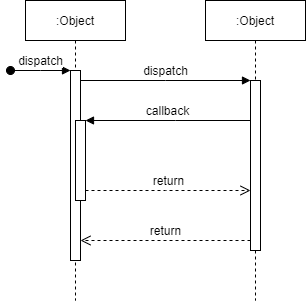
This is 市认证登录时序图.png from lsdu0/drawio, a draw.io export, as it was before one commit. Source tidied: cells renumbered, new cells last; positions are measured from the earlier drawing's top-left corner, leaving out a move shared by most shapes.
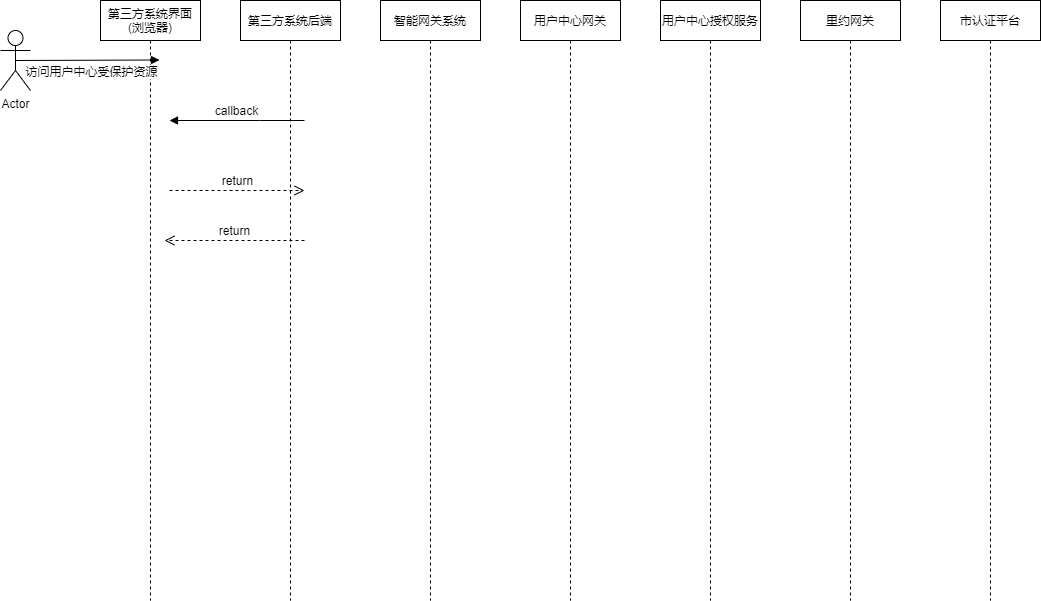
Later version of the same file.

Commit message:
Update 市认证登录时序图.png

Diff of the diagram source:
```diff
@@ -2,53 +2,65 @@
   <root>
     <mxCell id="0" />
     <mxCell id="1" parent="0" />
-    <mxCell id="2" value=":Object" style="shape=umlLifeline;perimeter=lifelinePerimeter;whiteSpace=wrap;html=1;newEdgeStyle={&quot;edgeStyle&quot;:&quot;elbowEdgeStyle&quot;,&quot;elbow&quot;:&quot;vertical&quot;,&quot;curved&quot;:0,&quot;rounded&quot;:0};" parent="1" vertex="1">
-      <mxGeometry x="15" width="100" height="300" as="geometry" />
+    <mxCell id="2" value="第三方系统界面(浏览器)" style="shape=umlLifeline;perimeter=lifelinePerimeter;whiteSpace=wrap;html=1;newEdgeStyle={&quot;edgeStyle&quot;:&quot;elbowEdgeStyle&quot;,&quot;elbow&quot;:&quot;vertical&quot;,&quot;curved&quot;:0,&quot;rounded&quot;:0};" parent="1" vertex="1">
+      <mxGeometry x="-125" width="100" height="600" as="geometry" />
     </mxCell>
-    <mxCell id="3" style="html=1;points=[];perimeter=orthogonalPerimeter;outlineConnect=0;targetShapes=umlLifeline;portConstraint=eastwest;newEdgeStyle={&quot;edgeStyle&quot;:&quot;elbowEdgeStyle&quot;,&quot;elbow&quot;:&quot;vertical&quot;,&quot;curved&quot;:0,&quot;rounded&quot;:0};" parent="2" vertex="1">
-      <mxGeometry x="45" y="70" width="10" height="190" as="geometry" />
-    </mxCell>
-    <mxCell id="4" value="dispatch" style="html=1;verticalAlign=bottom;startArrow=oval;endArrow=block;startSize=8;edgeStyle=elbowEdgeStyle;elbow=vertical;curved=0;rounded=0;" parent="2" edge="1" target="3">
-      <mxGeometry relative="1" as="geometry">
-        <mxPoint x="-15" y="70" as="sourcePoint" />
-      </mxGeometry>
-    </mxCell>
-    <mxCell id="5" style="html=1;points=[];perimeter=orthogonalPerimeter;outlineConnect=0;targetShapes=umlLifeline;portConstraint=eastwest;newEdgeStyle={&quot;edgeStyle&quot;:&quot;elbowEdgeStyle&quot;,&quot;elbow&quot;:&quot;vertical&quot;,&quot;curved&quot;:0,&quot;rounded&quot;:0};" parent="2" vertex="1">
-      <mxGeometry x="50" y="120" width="10" height="80" as="geometry" />
-    </mxCell>
-    <mxCell id="6" value=":Object" style="shape=umlLifeline;perimeter=lifelinePerimeter;whiteSpace=wrap;html=1;newEdgeStyle={&quot;edgeStyle&quot;:&quot;elbowEdgeStyle&quot;,&quot;elbow&quot;:&quot;vertical&quot;,&quot;curved&quot;:0,&quot;rounded&quot;:0};" parent="1" vertex="1">
-      <mxGeometry x="195" width="100" height="300" as="geometry" />
+    <mxCell id="6" value="第三方系统后端" style="shape=umlLifeline;perimeter=lifelinePerimeter;whiteSpace=wrap;html=1;newEdgeStyle={&quot;edgeStyle&quot;:&quot;elbowEdgeStyle&quot;,&quot;elbow&quot;:&quot;vertical&quot;,&quot;curved&quot;:0,&quot;rounded&quot;:0};" parent="1" vertex="1">
+      <mxGeometry x="15" width="100" height="600" as="geometry" />
     </mxCell>
-    <mxCell id="7" style="html=1;points=[];perimeter=orthogonalPerimeter;outlineConnect=0;targetShapes=umlLifeline;portConstraint=eastwest;newEdgeStyle={&quot;edgeStyle&quot;:&quot;elbowEdgeStyle&quot;,&quot;elbow&quot;:&quot;vertical&quot;,&quot;curved&quot;:0,&quot;rounded&quot;:0};" parent="6" vertex="1">
-      <mxGeometry x="45" y="80" width="10" height="170" as="geometry" />
-    </mxCell>
-    <mxCell id="8" value="dispatch" style="html=1;verticalAlign=bottom;endArrow=block;edgeStyle=elbowEdgeStyle;elbow=vertical;curved=0;rounded=0;" parent="1" edge="1" source="3" target="7">
-      <mxGeometry relative="1" as="geometry">
+    <mxCell id="8" value="访问用户中心受保护资源" style="html=1;verticalAlign=bottom;endArrow=block;edgeStyle=elbowEdgeStyle;elbow=vertical;curved=0;rounded=0;exitX=0.5;exitY=0.5;exitDx=0;exitDy=0;exitPerimeter=0;" parent="1" edge="1" source="15">
+      <mxGeometry x="0.04" y="-20" relative="1" as="geometry">
+        <mxPoint x="-66" y="60" as="targetPoint" />
         <Array as="points">
-          <mxPoint x="155" y="80" />
+          <mxPoint x="-71" y="59.5" />
         </Array>
+        <mxPoint y="1" as="offset" />
       </mxGeometry>
     </mxCell>
-    <mxCell id="9" value="return" style="html=1;verticalAlign=bottom;endArrow=open;dashed=1;endSize=8;edgeStyle=elbowEdgeStyle;elbow=vertical;curved=0;rounded=0;" parent="1" edge="1" source="7" target="3">
+    <mxCell id="9" value="return" style="html=1;verticalAlign=bottom;endArrow=open;dashed=1;endSize=8;edgeStyle=elbowEdgeStyle;elbow=vertical;curved=0;rounded=0;" parent="1" edge="1">
       <mxGeometry relative="1" as="geometry">
+        <mxPoint x="79" y="240" as="sourcePoint" />
+        <mxPoint x="-61" y="240" as="targetPoint" />
         <Array as="points">
-          <mxPoint x="165" y="240" />
+          <mxPoint x="34" y="240" />
         </Array>
       </mxGeometry>
     </mxCell>
-    <mxCell id="10" value="callback" style="html=1;verticalAlign=bottom;endArrow=block;edgeStyle=elbowEdgeStyle;elbow=vertical;curved=0;rounded=0;" parent="1" edge="1" source="7" target="5">
+    <mxCell id="10" value="callback" style="html=1;verticalAlign=bottom;endArrow=block;edgeStyle=elbowEdgeStyle;elbow=vertical;curved=0;rounded=0;" parent="1" edge="1">
       <mxGeometry relative="1" as="geometry">
+        <mxPoint x="79" y="120" as="sourcePoint" />
+        <mxPoint x="-56" y="120" as="targetPoint" />
         <Array as="points">
-          <mxPoint x="165" y="120" />
+          <mxPoint x="34" y="120" />
         </Array>
       </mxGeometry>
     </mxCell>
-    <mxCell id="11" value="return" style="html=1;verticalAlign=bottom;endArrow=open;dashed=1;endSize=8;edgeStyle=elbowEdgeStyle;elbow=vertical;curved=0;rounded=0;" parent="1" edge="1" source="5" target="7">
+    <mxCell id="11" value="return" style="html=1;verticalAlign=bottom;endArrow=open;dashed=1;endSize=8;edgeStyle=elbowEdgeStyle;elbow=vertical;curved=0;rounded=0;" parent="1" edge="1">
       <mxGeometry relative="1" as="geometry">
+        <mxPoint x="-56" y="190" as="sourcePoint" />
+        <mxPoint x="79" y="190" as="targetPoint" />
         <Array as="points">
-          <mxPoint x="155" y="190" />
+          <mxPoint x="24" y="190" />
         </Array>
       </mxGeometry>
     </mxCell>
+    <mxCell id="12" value="智能网关系统" style="shape=umlLifeline;perimeter=lifelinePerimeter;whiteSpace=wrap;html=1;newEdgeStyle={&quot;edgeStyle&quot;:&quot;elbowEdgeStyle&quot;,&quot;elbow&quot;:&quot;vertical&quot;,&quot;curved&quot;:0,&quot;rounded&quot;:0};" parent="1" vertex="1">
+      <mxGeometry x="155" width="100" height="600" as="geometry" />
+    </mxCell>
+    <mxCell id="13" value="用户中心网关" style="shape=umlLifeline;perimeter=lifelinePerimeter;whiteSpace=wrap;html=1;newEdgeStyle={&quot;edgeStyle&quot;:&quot;elbowEdgeStyle&quot;,&quot;elbow&quot;:&quot;vertical&quot;,&quot;curved&quot;:0,&quot;rounded&quot;:0};" parent="1" vertex="1">
+      <mxGeometry x="295" width="100" height="600" as="geometry" />
+    </mxCell>
+    <mxCell id="14" value="用户中心授权服务" style="shape=umlLifeline;perimeter=lifelinePerimeter;whiteSpace=wrap;html=1;newEdgeStyle={&quot;edgeStyle&quot;:&quot;elbowEdgeStyle&quot;,&quot;elbow&quot;:&quot;vertical&quot;,&quot;curved&quot;:0,&quot;rounded&quot;:0};" parent="1" vertex="1">
+      <mxGeometry x="435" width="100" height="600" as="geometry" />
+    </mxCell>
+    <mxCell id="15" value="Actor" style="shape=umlActor;verticalLabelPosition=bottom;verticalAlign=top;html=1;outlineConnect=0;" parent="1" vertex="1">
+      <mxGeometry x="-225" y="30" width="30" height="60" as="geometry" />
+    </mxCell>
+    <mxCell id="16" value="里约网关" style="shape=umlLifeline;perimeter=lifelinePerimeter;whiteSpace=wrap;html=1;newEdgeStyle={&quot;edgeStyle&quot;:&quot;elbowEdgeStyle&quot;,&quot;elbow&quot;:&quot;vertical&quot;,&quot;curved&quot;:0,&quot;rounded&quot;:0};" parent="1" vertex="1">
+      <mxGeometry x="575" width="100" height="600" as="geometry" />
+    </mxCell>
+    <mxCell id="17" value="市认证平台" style="shape=umlLifeline;perimeter=lifelinePerimeter;whiteSpace=wrap;html=1;newEdgeStyle={&quot;edgeStyle&quot;:&quot;elbowEdgeStyle&quot;,&quot;elbow&quot;:&quot;vertical&quot;,&quot;curved&quot;:0,&quot;rounded&quot;:0};" parent="1" vertex="1">
+      <mxGeometry x="715" width="100" height="600" as="geometry" />
+    </mxCell>
   </root>
 </mxGraphModel>
```
